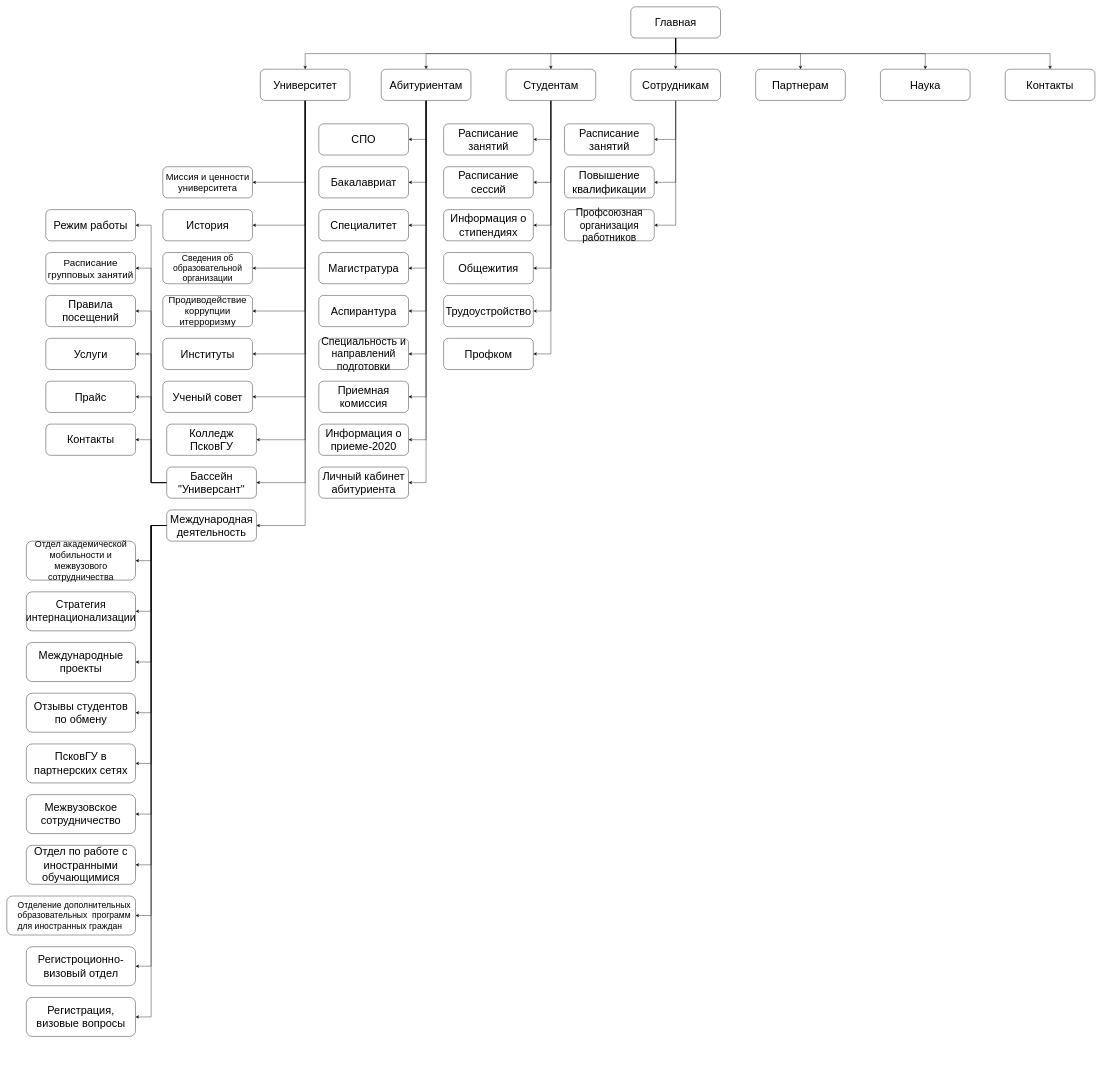
This is Диаграмма без названия.drawio from maestro089/reactjs-main, a draw.io file, before an edit. Source tidied: cells renumbered, new cells numbered last; positions are measured from the earlier drawing's top-left corner, leaving out a move shared by most shapes. Both pictures are drawn from the tidied source at 39%, with x=0, y=0 at pixel (7, 7).
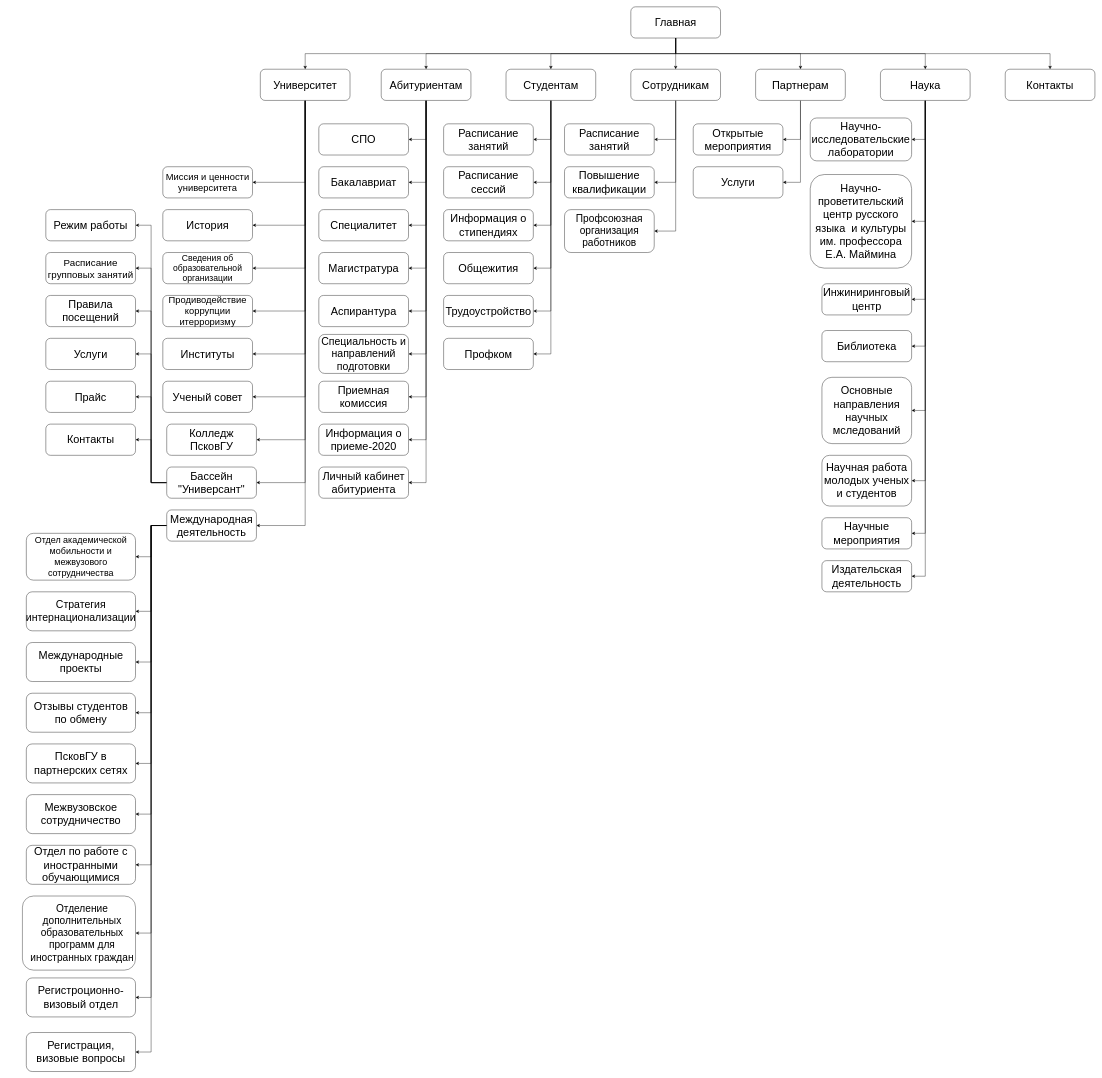
The same diagram, later.

Unchanged cells that the change refers to:
```xml
<mxCell id="31" value="&lt;font style=&quot;font-size: 28px;&quot;&gt;Партнерам&lt;/font&gt;" style="rounded=1;whiteSpace=wrap;html=1;" parent="1" vertex="1">
  <mxGeometry x="1920" y="160" width="230" height="80" as="geometry" />
</mxCell>
<mxCell id="32" value="&lt;font style=&quot;font-size: 28px;&quot;&gt;Наука&lt;/font&gt;" style="rounded=1;whiteSpace=wrap;html=1;" parent="1" vertex="1">
  <mxGeometry x="2240" y="160" width="230" height="80" as="geometry" />
</mxCell>
```

Diff of the diagram source:
```diff
@@
+    <mxCell id="103" style="edgeStyle=orthogonalEdgeStyle;rounded=0;jettySize=auto;html=1;exitX=0.5;exitY=1;exitDx=0;exitDy=0;entryX=1;entryY=0.5;entryDx=0;entryDy=0;fontFamily=Helvetica;fontSize=26;fontColor=#000000;" parent="1" edge="1" source="31" target="113">
+      <mxGeometry relative="1" as="geometry" />
+    </mxCell>
+    <mxCell id="104" style="edgeStyle=orthogonalEdgeStyle;rounded=0;jettySize=auto;html=1;exitX=0.5;exitY=1;exitDx=0;exitDy=0;entryX=1;entryY=0.5;entryDx=0;entryDy=0;fontFamily=Helvetica;fontSize=26;fontColor=#000000;" parent="1" edge="1" source="31" target="114">
+      <mxGeometry relative="1" as="geometry" />
+    </mxCell>
@@
+    <mxCell id="105" style="edgeStyle=orthogonalEdgeStyle;rounded=0;jettySize=auto;html=1;exitX=0.5;exitY=1;exitDx=0;exitDy=0;entryX=1;entryY=0.5;entryDx=0;entryDy=0;fontFamily=Helvetica;fontSize=26;fontColor=#000000;" parent="1" edge="1" source="32" target="115">
+      <mxGeometry relative="1" as="geometry" />
+    </mxCell>
+    <mxCell id="106" style="edgeStyle=orthogonalEdgeStyle;rounded=0;jettySize=auto;html=1;exitX=0.5;exitY=1;exitDx=0;exitDy=0;entryX=1;entryY=0.5;entryDx=0;entryDy=0;fontFamily=Helvetica;fontSize=26;fontColor=#000000;" parent="1" edge="1" source="32" target="116">
+      <mxGeometry relative="1" as="geometry" />
+    </mxCell>
+    <mxCell id="107" style="edgeStyle=orthogonalEdgeStyle;rounded=0;jettySize=auto;html=1;exitX=0.5;exitY=1;exitDx=0;exitDy=0;entryX=1;entryY=0.5;entryDx=0;entryDy=0;fontFamily=Helvetica;fontSize=26;fontColor=#000000;" parent="1" edge="1" source="32" target="117">
+      <mxGeometry relative="1" as="geometry" />
+    </mxCell>
+    <mxCell id="108" style="edgeStyle=orthogonalEdgeStyle;rounded=0;jettySize=auto;html=1;exitX=0.5;exitY=1;exitDx=0;exitDy=0;entryX=1;entryY=0.5;entryDx=0;entryDy=0;fontFamily=Helvetica;fontSize=26;fontColor=#000000;" parent="1" edge="1" source="32" target="118">
+      <mxGeometry relative="1" as="geometry" />
+    </mxCell>
+    <mxCell id="109" style="edgeStyle=orthogonalEdgeStyle;rounded=0;jettySize=auto;html=1;exitX=0.5;exitY=1;exitDx=0;exitDy=0;entryX=1;entryY=0.5;entryDx=0;entryDy=0;fontFamily=Helvetica;fontSize=26;fontColor=#000000;" parent="1" edge="1" source="32" target="119">
+      <mxGeometry relative="1" as="geometry" />
+    </mxCell>
+    <mxCell id="110" style="edgeStyle=orthogonalEdgeStyle;rounded=0;jettySize=auto;html=1;exitX=0.5;exitY=1;exitDx=0;exitDy=0;entryX=1;entryY=0.5;entryDx=0;entryDy=0;fontFamily=Helvetica;fontSize=26;fontColor=#000000;" parent="1" edge="1" source="32" target="120">
+      <mxGeometry relative="1" as="geometry" />
+    </mxCell>
+    <mxCell id="111" style="edgeStyle=orthogonalEdgeStyle;rounded=0;jettySize=auto;html=1;exitX=0.5;exitY=1;exitDx=0;exitDy=0;entryX=1;entryY=0.5;entryDx=0;entryDy=0;fontFamily=Helvetica;fontSize=26;fontColor=#000000;" parent="1" edge="1" source="32" target="121">
+      <mxGeometry relative="1" as="geometry" />
+    </mxCell>
+    <mxCell id="112" style="edgeStyle=orthogonalEdgeStyle;rounded=0;jettySize=auto;html=1;exitX=0.5;exitY=1;exitDx=0;exitDy=0;entryX=1;entryY=0.5;entryDx=0;entryDy=0;fontFamily=Helvetica;fontSize=26;fontColor=#000000;" parent="1" edge="1" source="32" target="122">
+      <mxGeometry relative="1" as="geometry" />
+    </mxCell>
@@
     <mxCell id="75" value="&lt;font style=&quot;font-size: 23px;&quot;&gt;Отдел академической мобильности и межвузового сотрудничества&lt;/font&gt;" style="rounded=1;whiteSpace=wrap;html=1;" parent="1" vertex="1">
-      <mxGeometry x="50" y="1370" width="280" height="100" as="geometry" />
+      <mxGeometry x="50" y="1350" width="280" height="120" as="geometry" />
     </mxCell>
@@
-    <mxCell id="82" value="&lt;font style=&quot;box-sizing: border-box; text-decoration-line: none; background-color: rgba(255, 255, 255, 0.05); width: 306px; display: flex; align-items: center; justify-content: space-between; cursor: pointer; border-color: rgba(0, 0, 0, 0.12); outline: none !important; padding: 1rem 0rem 1rem 1rem !important;&quot; color=&quot;#000000&quot;&gt;&lt;font style=&quot;text-align: justify;&quot;&gt;&lt;font style=&quot;font-size: 22px;&quot;&gt;Отделение дополнительных образовательных программ для иностранных граждан&lt;/font&gt;&lt;/font&gt;&lt;/font&gt;" style="rounded=1;whiteSpace=wrap;html=1;align=center;" parent="1" vertex="1">
-      <mxGeometry y="2280" width="330" height="100" as="geometry" />
+    <mxCell id="82" value="&lt;font style=&quot;box-sizing: border-box; text-decoration-line: none; background-color: rgba(255, 255, 255, 0.05); width: 306px; display: flex; align-items: center; justify-content: space-between; cursor: pointer; border-color: rgba(0, 0, 0, 0.12); outline: none !important; padding: 1rem 0rem 1rem 1rem !important;&quot; color=&quot;#000000&quot;&gt;&lt;font style=&quot;&quot;&gt;&lt;font style=&quot;font-size: 26px;&quot;&gt;Отделение дополнительных образовательных программ для иностранных граждан&lt;/font&gt;&lt;/font&gt;&lt;/font&gt;" style="rounded=1;whiteSpace=wrap;html=1;align=center;strokeWidth=1;" parent="1" vertex="1">
+      <mxGeometry x="40" y="2280" width="290" height="190" as="geometry" />
     </mxCell>
     <mxCell id="83" value="&lt;font style=&quot;font-size: 28px;&quot;&gt;Регистроционно-визовый отдел&lt;/font&gt;" style="rounded=1;whiteSpace=wrap;html=1;" parent="1" vertex="1">
-      <mxGeometry x="50" y="2410" width="280" height="100" as="geometry" />
+      <mxGeometry x="50" y="2490" width="280" height="100" as="geometry" />
     </mxCell>
     <mxCell id="84" value="&lt;font style=&quot;font-size: 28px;&quot;&gt;Регистрация, визовые вопросы&lt;/font&gt;" style="rounded=1;whiteSpace=wrap;html=1;" parent="1" vertex="1">
-      <mxGeometry x="50" y="2540" width="280" height="100" as="geometry" />
+      <mxGeometry x="50" y="2630" width="280" height="100" as="geometry" />
     </mxCell>
@@
     <mxCell id="90" value="&lt;font style=&quot;font-size: 27px;&quot;&gt;Специальность и направлений подготовки&lt;/font&gt;" style="rounded=1;whiteSpace=wrap;html=1;" parent="1" vertex="1">
-      <mxGeometry x="800" y="850" width="230" height="80" as="geometry" />
+      <mxGeometry x="800" y="840" width="230" height="100" as="geometry" />
     </mxCell>
@@
     <mxCell id="102" value="&lt;font style=&quot;font-size: 26px;&quot;&gt;Профсоюзная организация работников&lt;/font&gt;" style="rounded=1;whiteSpace=wrap;html=1;" parent="1" vertex="1">
-      <mxGeometry x="1430" y="520" width="230" height="80" as="geometry" />
+      <mxGeometry x="1430" y="520" width="230" height="110" as="geometry" />
     </mxCell>
+    <mxCell id="113" value="&lt;font style=&quot;font-size: 28px;&quot;&gt;Открытые мероприятия&lt;/font&gt;" style="rounded=1;whiteSpace=wrap;html=1;" parent="1" vertex="1">
+      <mxGeometry x="1760" y="300" width="230" height="80" as="geometry" />
+    </mxCell>
+    <mxCell id="114" value="&lt;font style=&quot;font-size: 28px;&quot;&gt;Услуги&lt;/font&gt;" style="rounded=1;whiteSpace=wrap;html=1;" parent="1" vertex="1">
+      <mxGeometry x="1760" y="410" width="230" height="80" as="geometry" />
+    </mxCell>
+    <mxCell id="115" value="&lt;font style=&quot;font-size: 28px;&quot;&gt;Научно-исследовательские лаборатории&lt;/font&gt;" style="rounded=1;whiteSpace=wrap;html=1;" parent="1" vertex="1">
+      <mxGeometry x="2060" y="285" width="260" height="110" as="geometry" />
+    </mxCell>
+    <mxCell id="116" value="&lt;font style=&quot;font-size: 28px;&quot;&gt;Научно-проветительский центр русского языка&amp;nbsp; и культуры им. профессора Е.А. Маймина&lt;/font&gt;" style="rounded=1;whiteSpace=wrap;html=1;" parent="1" vertex="1">
+      <mxGeometry x="2060" y="430" width="260" height="240" as="geometry" />
+    </mxCell>
+    <mxCell id="117" value="&lt;font style=&quot;font-size: 28px;&quot;&gt;Инжиниринговый центр&lt;/font&gt;" style="rounded=1;whiteSpace=wrap;html=1;" parent="1" vertex="1">
+      <mxGeometry x="2090" y="710" width="230" height="80" as="geometry" />
+    </mxCell>
+    <mxCell id="118" value="&lt;font style=&quot;font-size: 28px;&quot;&gt;Библиотека&lt;/font&gt;" style="rounded=1;whiteSpace=wrap;html=1;" parent="1" vertex="1">
+      <mxGeometry x="2090" y="830" width="230" height="80" as="geometry" />
+    </mxCell>
+    <mxCell id="119" value="&lt;font style=&quot;font-size: 28px;&quot;&gt;Основные направления научных мследований&lt;/font&gt;" style="rounded=1;whiteSpace=wrap;html=1;" parent="1" vertex="1">
+      <mxGeometry x="2090" y="950" width="230" height="170" as="geometry" />
+    </mxCell>
+    <mxCell id="120" value="&lt;font style=&quot;font-size: 28px;&quot;&gt;Научная работа молодых ученых и студентов&lt;/font&gt;" style="rounded=1;whiteSpace=wrap;html=1;" parent="1" vertex="1">
+      <mxGeometry x="2090" y="1150" width="230" height="130" as="geometry" />
+    </mxCell>
+    <mxCell id="121" value="&lt;font style=&quot;font-size: 28px;&quot;&gt;Научные мероприятия&lt;/font&gt;" style="rounded=1;whiteSpace=wrap;html=1;" parent="1" vertex="1">
+      <mxGeometry x="2090" y="1310" width="230" height="80" as="geometry" />
+    </mxCell>
+    <mxCell id="122" value="&lt;font style=&quot;font-size: 28px;&quot;&gt;Издательская деятельность&lt;/font&gt;" style="rounded=1;whiteSpace=wrap;html=1;" parent="1" vertex="1">
+      <mxGeometry x="2090" y="1420" width="230" height="80" as="geometry" />
+    </mxCell>
```
